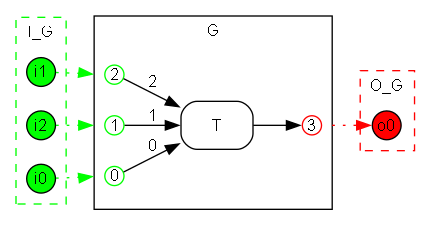
This is crates/bhyp/images/test_copy_subst_commute/T_replacement_with_interface.png from ammatsui/bhypvis, a Graphviz export, as it was before one commit. Its source is kept beside it as crates/bhyp/images/test_copy_subst_commute/T_replacement_with_interface.dot.
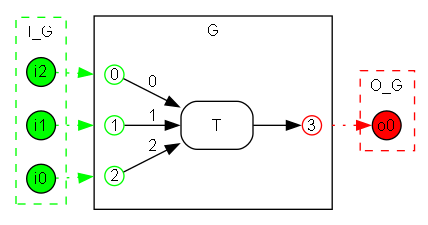
After the change.

Diff of the diagram source:
```diff
@@ -10,18 +10,18 @@
     label="I_G";
     style=dashed;
     color="green";
+    i2 [label="i2", shape=circle, style=filled, fillcolor="green", width=0.3, height=0.3, fixedsize=true];
     i1 [label="i1", shape=circle, style=filled, fillcolor="green", width=0.3, height=0.3, fixedsize=true];
-    i2 [label="i2", shape=circle, style=filled, fillcolor="green", width=0.3, height=0.3, fixedsize=true];
     i0 [label="i0", shape=circle, style=filled, fillcolor="green", width=0.3, height=0.3, fixedsize=true];
   }
 
   subgraph cluster_main {
     label="G";
     style=solid;
+    n2 [label="2", shape=circle, style=filled, fillcolor=white, color="green", width=0.2, height=0.2, fixedsize=true];
+    n1 [label="1", shape=circle, style=filled, fillcolor=white, color="green", width=0.2, height=0.2, fixedsize=true];
     n0 [label="0", shape=circle, style=filled, fillcolor=white, color="green", width=0.2, height=0.2, fixedsize=true];
-    n2 [label="2", shape=circle, style=filled, fillcolor=white, color="green", width=0.2, height=0.2, fixedsize=true];
     n3 [label="3", shape=circle, style=filled, fillcolor=white, color="red", width=0.2, height=0.2, fixedsize=true];
-    n1 [label="1", shape=circle, style=filled, fillcolor=white, color="green", width=0.2, height=0.2, fixedsize=true];
     e0 [label="T", shape=box, style=rounded, color="black"];
     n0 -> e0 [label="0"];
     n1 -> e0 [label="1"];
@@ -36,8 +36,8 @@
     o0 [label="o0", shape=circle, style=filled, fillcolor="red", width=0.3, height=0.3, fixedsize=true];
   }
 
-  i0 -> n0 [style=dotted, color="green", label="", lhead=cluster_main];
-  i2 -> n1 [style=dotted, color="green", label="", lhead=cluster_main];
-  i1 -> n2 [style=dotted, color="green", label="", lhead=cluster_main];
+  i2 -> n0 [style=dotted, color="green", label="", lhead=cluster_main];
+  i0 -> n2 [style=dotted, color="green", label="", lhead=cluster_main];
+  i1 -> n1 [style=dotted, color="green", label="", lhead=cluster_main];
   n3 -> o0 [style=dotted, color="red", label="", ltail=cluster_main];
 }
```
